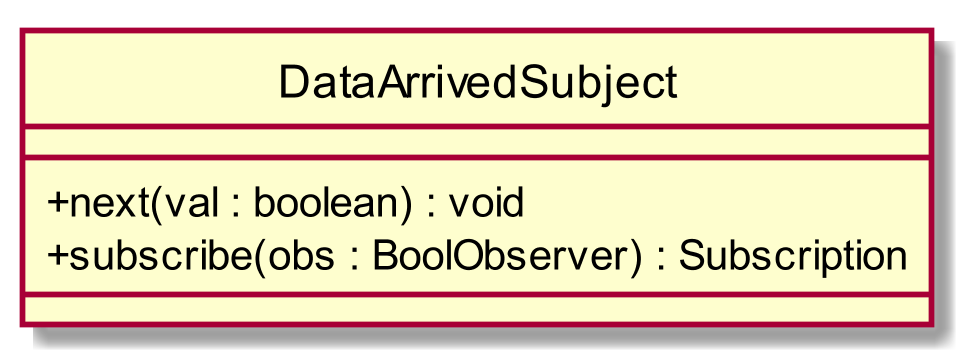
This is RQ/Esterni/DefinizioneDiProdotto/images/ClassDataArrivedSubject.png from CoCodeSWE/Docs, a PlantUML export, as it was before one commit.
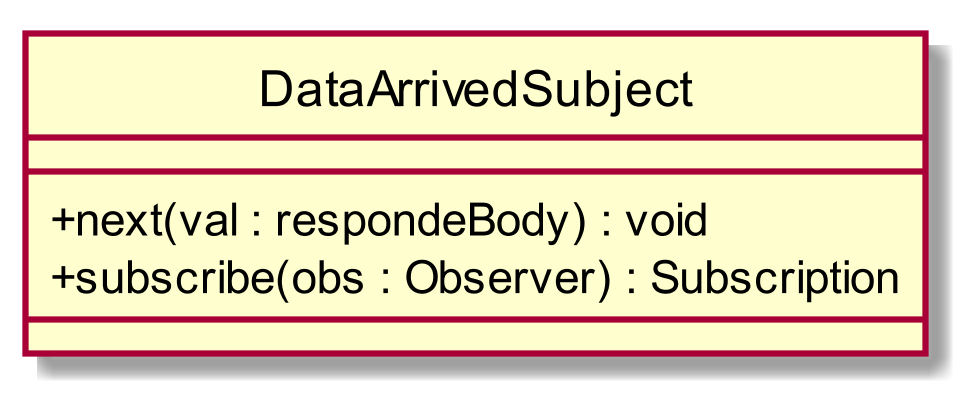
The same file after the commit.

What changed in the source:
```diff
@@ -3,8 +3,8 @@
 skinparam classAttributeIconSize 0
 class DataArrivedSubject{
 __
-+ next(val : boolean) : void
-+ subscribe(obs : BoolObserver) : Subscription
++ next(val : respondeBody) : void
++ subscribe(obs : Observer) : Subscription
 __
 
 }
```
